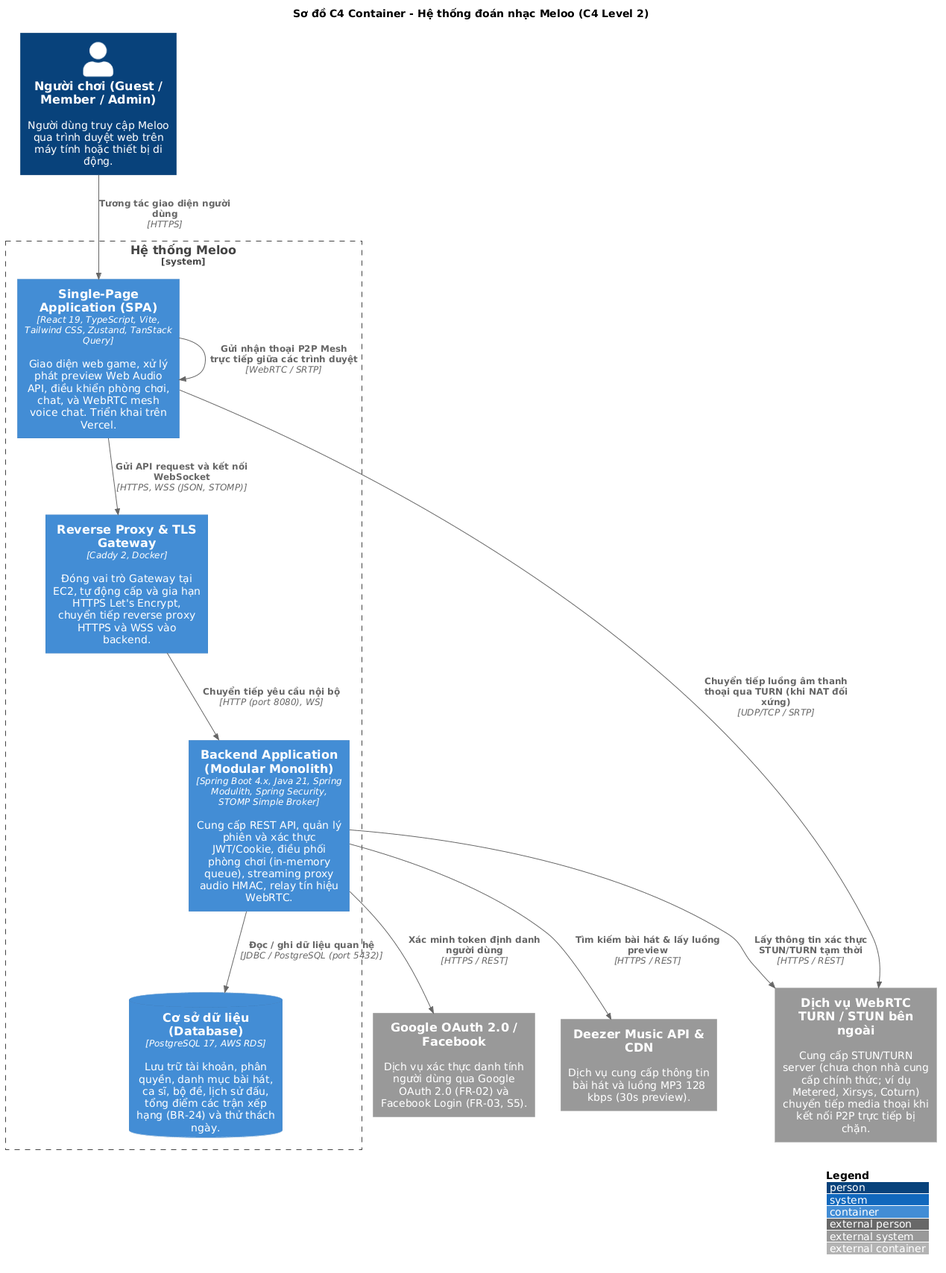
Earlier version of the PlantUML export docs/uml/c4/c4-container.png (ThaiDevv/meloo).
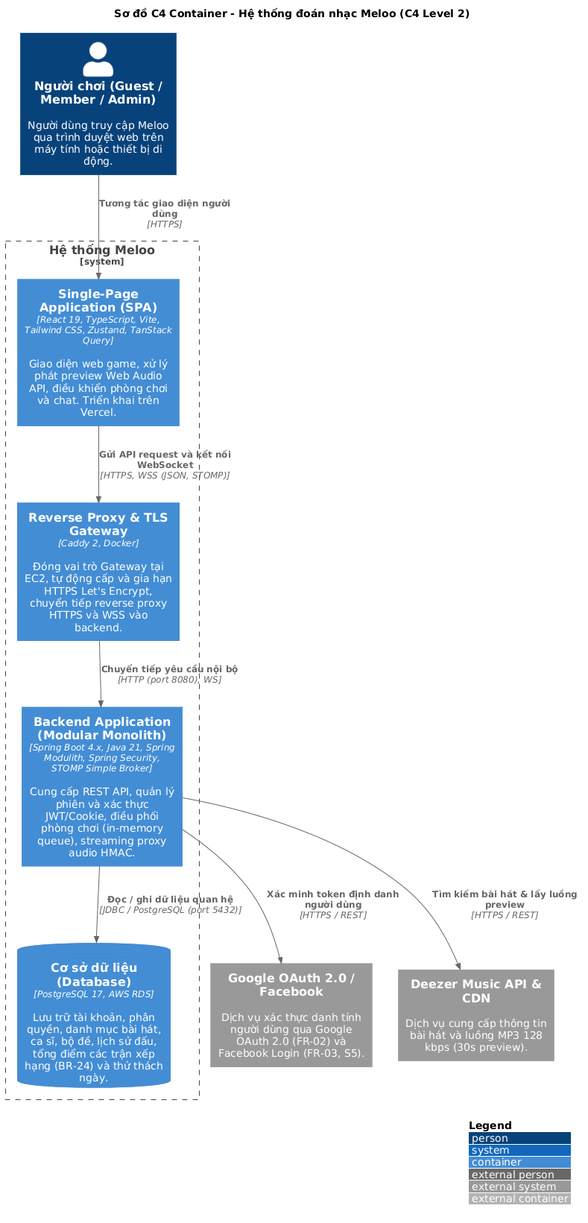
After the commit.

Change to the diagram source:
```diff
@@ -8,18 +8,17 @@
 Person(user, "Người chơi (Guest / Member / Admin)", "Người dùng truy cập Meloo qua trình duyệt web trên máy tính hoặc thiết bị di động.")
 
 System_Boundary(c1, "Hệ thống Meloo") {
-    Container(fe, "Single-Page Application (SPA)", "React 19, TypeScript, Vite, Tailwind CSS, Zustand, TanStack Query", "Giao diện web game, xử lý phát preview Web Audio API, điều khiển phòng chơi, chat, và WebRTC mesh voice chat. Triển khai trên Vercel.")
+    Container(fe, "Single-Page Application (SPA)", "React 19, TypeScript, Vite, Tailwind CSS, Zustand, TanStack Query", "Giao diện web game, xử lý phát preview Web Audio API, điều khiển phòng chơi và chat. Triển khai trên Vercel.")
 
     Container(caddy, "Reverse Proxy & TLS Gateway", "Caddy 2, Docker", "Đóng vai trò Gateway tại EC2, tự động cấp và gia hạn HTTPS Let's Encrypt, chuyển tiếp reverse proxy HTTPS và WSS vào backend.")
 
-    Container(be, "Backend Application (Modular Monolith)", "Spring Boot 4.x, Java 21, Spring Modulith, Spring Security, STOMP Simple Broker", "Cung cấp REST API, quản lý phiên và xác thực JWT/Cookie, điều phối phòng chơi (in-memory queue), streaming proxy audio HMAC, relay tín hiệu WebRTC.")
+    Container(be, "Backend Application (Modular Monolith)", "Spring Boot 4.x, Java 21, Spring Modulith, Spring Security, STOMP Simple Broker", "Cung cấp REST API, quản lý phiên và xác thực JWT/Cookie, điều phối phòng chơi (in-memory queue), streaming proxy audio HMAC.")
 
     ContainerDb(db, "Cơ sở dữ liệu (Database)", "PostgreSQL 17, AWS RDS", "Lưu trữ tài khoản, phân quyền, danh mục bài hát, ca sĩ, bộ đề, lịch sử đấu, tổng điểm các trận xếp hạng (BR-24) và thử thách ngày.")
 }
 
 System_Ext(auth_providers, "Google OAuth 2.0 / Facebook", "Dịch vụ xác thực danh tính người dùng qua Google OAuth 2.0 (FR-02) và Facebook Login (FR-03, S5).")
 System_Ext(deezer, "Deezer Music API & CDN", "Dịch vụ cung cấp thông tin bài hát và luồng MP3 128 kbps (30s preview).")
-System_Ext(turn, "Dịch vụ WebRTC TURN / STUN bên ngoài", "Cung cấp STUN/TURN server (chưa chọn nhà cung cấp chính thức; ví dụ Metered, Xirsys, Coturn) chuyển tiếp media thoại khi kết nối P2P trực tiếp bị chặn.")
 
 Rel(user, fe, "Tương tác giao diện người dùng", "HTTPS")
 Rel(fe, caddy, "Gửi API request và kết nối WebSocket", "HTTPS, WSS (JSON, STOMP)")
@@ -28,9 +27,6 @@
 
 Rel(be, auth_providers, "Xác minh token định danh người dùng", "HTTPS / REST")
 Rel(be, deezer, "Tìm kiếm bài hát & lấy luồng preview", "HTTPS / REST")
-Rel(be, turn, "Lấy thông tin xác thực STUN/TURN tạm thời", "HTTPS / REST")
 
-Rel(fe, turn, "Chuyển tiếp luồng âm thanh thoại qua TURN (khi NAT đối xứng)", "UDP/TCP / SRTP")
-Rel(fe, fe, "Gửi nhận thoại P2P Mesh trực tiếp giữa các trình duyệt", "WebRTC / SRTP")
 
 @enduml
```
